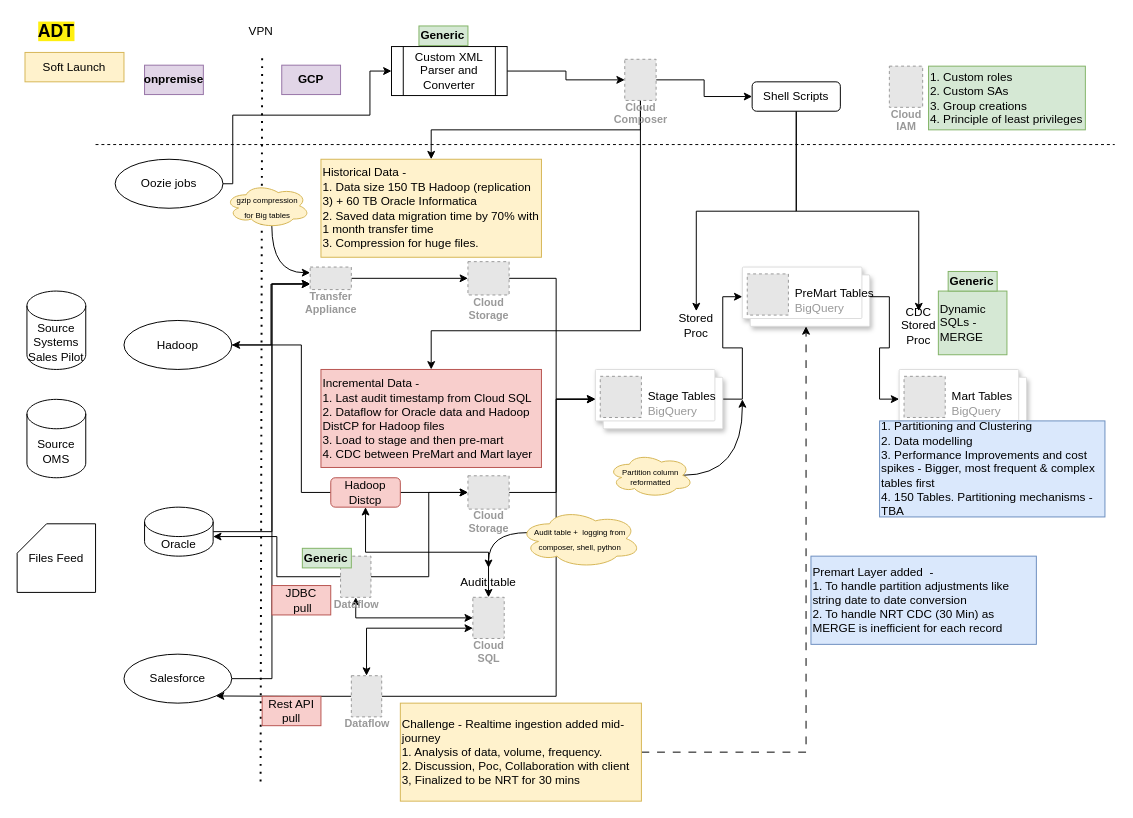
Before: ADT/ADT-Detailed.drawio in harshaldharme/ProjectSpaces, a draw.io diagram. Source tidied: cells renumbered, new cells numbered last; positions are measured from the earlier drawing's top-left corner, leaving out a move shared by most shapes. Both pictures are drawn from the tidied source at 98%, with x=0, y=0 at pixel (17, 17). Pictures stored in the file or linked from it are replaced by grey dashed boxes.
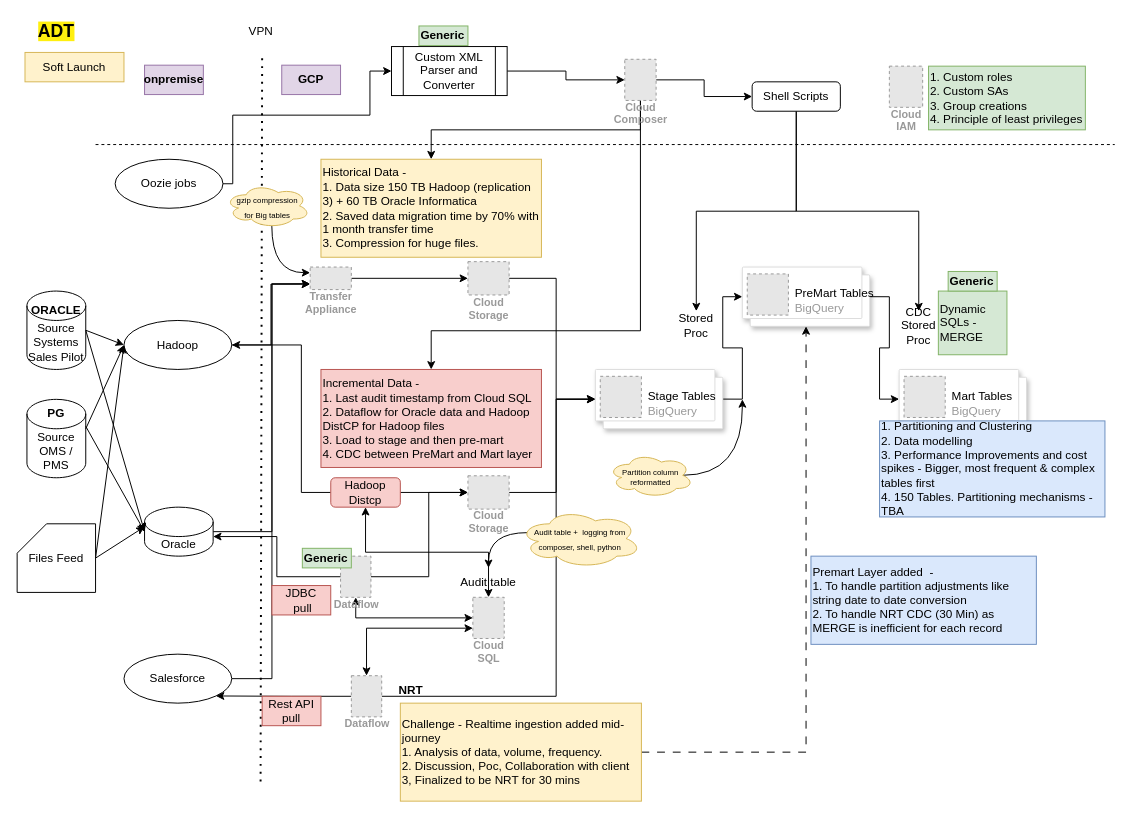
The same diagram, later.

The change refers to these unchanged cells:
```xml
<mxCell id="6" value="Hadoop" style="ellipse;whiteSpace=wrap;html=1;" parent="1" vertex="1">
  <mxGeometry x="109" y="309.5" width="110" height="50" as="geometry" />
</mxCell>
<mxCell id="11" value="Oracle" style="shape=cylinder3;whiteSpace=wrap;html=1;boundedLbl=1;backgroundOutline=1;size=15;" parent="1" vertex="1">
  <mxGeometry x="130" y="500" width="70" height="50" as="geometry" />
</mxCell>
<mxCell id="17" value="Source&lt;br&gt;Systems&lt;br&gt;Sales Pilot" style="shape=cylinder3;whiteSpace=wrap;html=1;boundedLbl=1;backgroundOutline=1;size=15;" parent="1" vertex="1">
  <mxGeometry x="10" y="279.5" width="60" height="80" as="geometry" />
</mxCell>
<mxCell id="72" value="Files Feed" style="shape=card;whiteSpace=wrap;html=1;" parent="1" vertex="1">
  <mxGeometry y="517" width="80" height="70" as="geometry" />
</mxCell>
```

The edit, as a diff of the source:
```diff
@@
+    <mxCell id="79" style="rounded=0;jettySize=auto;html=1;exitX=1;exitY=0.5;exitDx=0;exitDy=0;exitPerimeter=0;entryX=0;entryY=0.5;entryDx=0;entryDy=0;" parent="1" edge="1" source="17" target="6">
+      <mxGeometry relative="1" as="geometry" />
+    </mxCell>
@@
-    <mxCell id="71" value="Source OMS" style="shape=cylinder3;whiteSpace=wrap;html=1;boundedLbl=1;backgroundOutline=1;size=15;" parent="1" vertex="1">
+    <mxCell id="71" value="Source OMS / PMS" style="shape=cylinder3;whiteSpace=wrap;html=1;boundedLbl=1;backgroundOutline=1;size=15;" parent="1" vertex="1">
       <mxGeometry x="10" y="390" width="60" height="80" as="geometry" />
     </mxCell>
+    <mxCell id="80" style="rounded=0;jettySize=auto;html=1;exitX=1;exitY=0.5;exitDx=0;exitDy=0;exitPerimeter=0;entryX=0;entryY=0.5;entryDx=0;entryDy=0;" parent="1" edge="1" source="72" target="6">
+      <mxGeometry relative="1" as="geometry" />
+    </mxCell>
@@
+    <mxCell id="81" value="&lt;b&gt;NRT&lt;/b&gt;" style="text;html=1;align=center;verticalAlign=middle;whiteSpace=wrap;rounded=0;" parent="1" vertex="1">
+      <mxGeometry x="372" y="672" width="60" height="30" as="geometry" />
+    </mxCell>
+    <mxCell id="82" value="&lt;b&gt;ORACLE&lt;/b&gt;" style="text;html=1;align=center;verticalAlign=middle;whiteSpace=wrap;rounded=0;" parent="1" vertex="1">
+      <mxGeometry x="10" y="283.5" width="60" height="30" as="geometry" />
+    </mxCell>
+    <mxCell id="83" style="rounded=0;jettySize=auto;html=1;exitX=1;exitY=1;exitDx=0;exitDy=0;entryX=0;entryY=0.5;entryDx=0;entryDy=0;" parent="1" edge="1" source="84" target="6">
+      <mxGeometry relative="1" as="geometry" />
+    </mxCell>
+    <mxCell id="84" value="&lt;b&gt;PG&lt;/b&gt;" style="text;html=1;align=center;verticalAlign=middle;whiteSpace=wrap;rounded=0;" parent="1" vertex="1">
+      <mxGeometry x="10" y="390" width="60" height="30" as="geometry" />
+    </mxCell>
+    <mxCell id="85" style="rounded=0;jettySize=auto;html=1;exitX=1;exitY=0.5;exitDx=0;exitDy=0;exitPerimeter=0;entryX=0;entryY=0.5;entryDx=0;entryDy=0;entryPerimeter=0;" parent="1" edge="1" source="17" target="11">
+      <mxGeometry relative="1" as="geometry" />
+    </mxCell>
+    <mxCell id="86" style="rounded=0;jettySize=auto;html=1;exitX=1;exitY=0;exitDx=0;exitDy=27.5;exitPerimeter=0;entryX=0;entryY=0.5;entryDx=0;entryDy=0;entryPerimeter=0;" parent="1" edge="1" source="71" target="11">
+      <mxGeometry relative="1" as="geometry" />
+    </mxCell>
+    <mxCell id="87" style="rounded=0;jettySize=auto;html=1;exitX=1;exitY=0.5;exitDx=0;exitDy=0;exitPerimeter=0;entryX=0;entryY=0;entryDx=0;entryDy=20;entryPerimeter=0;" parent="1" edge="1" source="72" target="11">
+      <mxGeometry relative="1" as="geometry" />
+    </mxCell>
```
